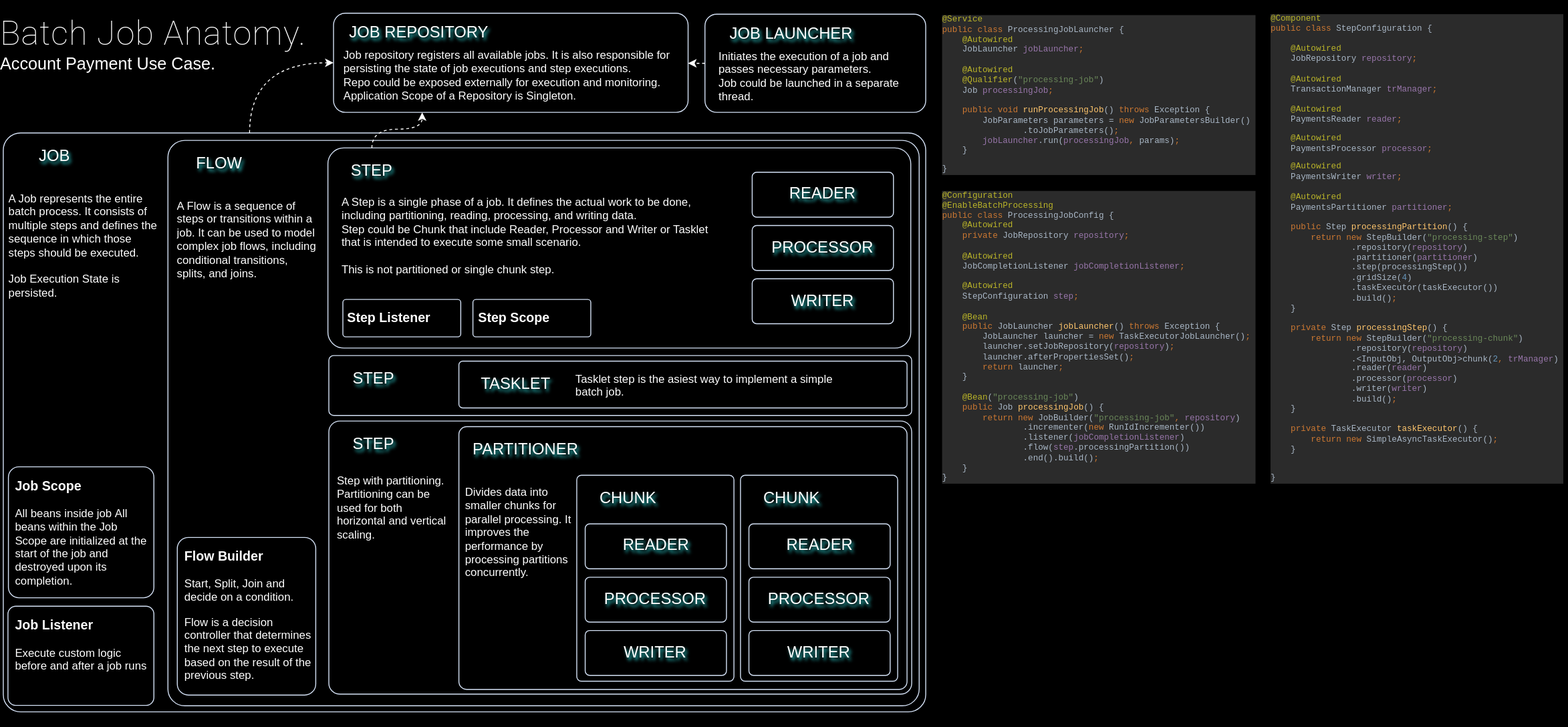
gsaukov/spring-batch-demo keeps this draw.io diagram as public/images/spring-batch-design.drawio.svg. Above is the earlier version. Source tidied: cells renumbered, new cells last; positions are measured from the earlier drawing's top-left corner, leaving out a move shared by most shapes.
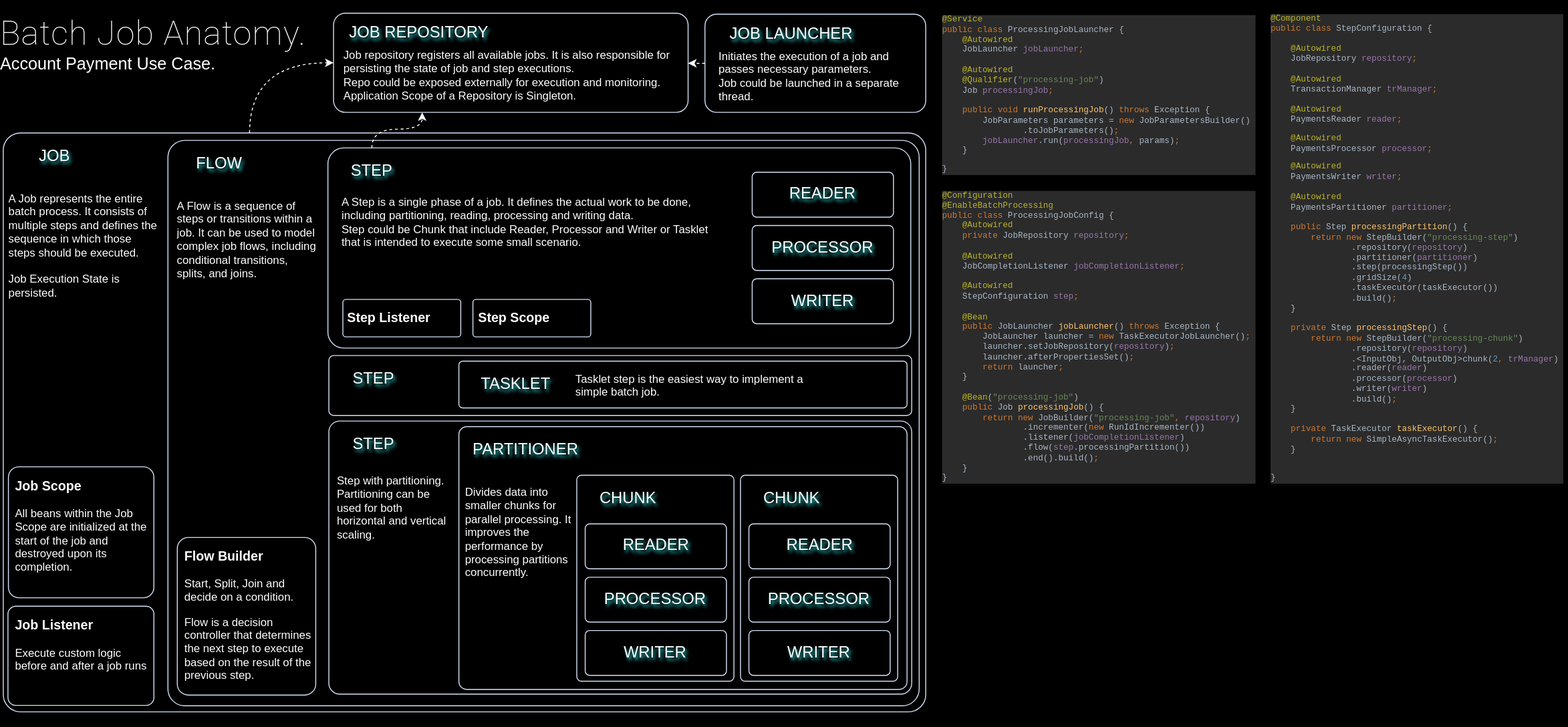
Above is the later version.

Commit message:
design illustration

Diff of the diagram source:
```diff
@@ -26,7 +26,7 @@
     <mxCell id="9" style="rounded=1;whiteSpace=wrap;html=1;shadow=0;arcSize=8;fillColor=none;glass=0;perimeterSpacing=0;labelBorderColor=none;shadowOffsetX=2;shadowOpacity=80;shadowColor=#33FFFF;strokeColor=#D4E1F5;strokeWidth=1;shadowBlur=1;" parent="1" vertex="1">
       <mxGeometry x="8.5" y="498.5" width="155.5" height="140" as="geometry" />
     </mxCell>
-    <mxCell id="10" value="&lt;h3 style=&quot;margin-top: 0px;&quot;&gt;Job Scope&lt;/h3&gt;&lt;p&gt;All beans inside job&amp;nbsp;&lt;span style=&quot;background-color: initial;&quot;&gt;All beans within the Job Scope are initialized at the start of the job and destroyed upon its completion.&lt;/span&gt;&lt;br&gt;&lt;/p&gt;" style="text;html=1;whiteSpace=wrap;overflow=hidden;rounded=0;fontColor=#FFFFFF;" parent="1" vertex="1">
+    <mxCell id="10" value="&lt;h3 style=&quot;margin-top: 0px;&quot;&gt;Job Scope&lt;/h3&gt;&lt;p&gt;&lt;span style=&quot;background-color: initial;&quot;&gt;All beans within the Job Scope are initialized at the start of the job and destroyed upon its completion.&lt;/span&gt;&lt;br&gt;&lt;/p&gt;" style="text;html=1;whiteSpace=wrap;overflow=hidden;rounded=0;fontColor=#FFFFFF;" parent="1" vertex="1">
       <mxGeometry x="14" y="503.5" width="143" height="130" as="geometry" />
     </mxCell>
     <mxCell id="11" style="rounded=1;whiteSpace=wrap;html=1;shadow=0;arcSize=8;fillColor=none;glass=0;perimeterSpacing=0;labelBorderColor=none;shadowOffsetX=2;shadowOpacity=80;shadowColor=#33FFFF;strokeColor=#D4E1F5;strokeWidth=1;shadowBlur=1;" parent="1" vertex="1">
@@ -59,7 +59,7 @@
     <mxCell id="20" value="TASKLET" style="text;html=1;strokeColor=none;fillColor=none;align=center;verticalAlign=middle;whiteSpace=wrap;rounded=0;shadow=0;sketch=0;shadowColor=#33FFFF;textShadow=1;fontColor=#FFFFFF;shadowOpacity=80;fontSize=17;" parent="15" vertex="1">
       <mxGeometry x="146.5" y="6" width="119.5" height="50" as="geometry" />
     </mxCell>
-    <mxCell id="21" value="&lt;p style=&quot;margin-top: 0px; margin-bottom: 0px;&quot;&gt;Tasklet step is the asiest way to implement a simple batch job.&lt;/p&gt;" style="text;html=1;whiteSpace=wrap;overflow=hidden;rounded=0;fontColor=#FFFFFF;spacing=0;" parent="15" vertex="1">
+    <mxCell id="21" value="&lt;p style=&quot;margin-top: 0px; margin-bottom: 0px;&quot;&gt;Tasklet step is the easiest way to implement a simple batch job.&lt;/p&gt;" style="text;html=1;whiteSpace=wrap;overflow=hidden;rounded=0;fontColor=#FFFFFF;spacing=0;" parent="15" vertex="1">
       <mxGeometry x="270.5" y="13" width="276.5" height="43" as="geometry" />
     </mxCell>
     <mxCell id="22" style="rounded=1;whiteSpace=wrap;html=1;shadow=0;arcSize=3;fillColor=none;glass=0;perimeterSpacing=0;labelBorderColor=none;shadowOffsetX=2;shadowOpacity=80;shadowColor=#33FFFF;strokeColor=#D4E1F5;strokeWidth=1;shadowBlur=1;" parent="1" vertex="1">
@@ -137,7 +137,7 @@
     <mxCell id="46" style="rounded=1;whiteSpace=wrap;html=1;shadow=0;arcSize=8;fillColor=none;glass=0;perimeterSpacing=0;labelBorderColor=none;shadowOffsetX=2;shadowOpacity=80;shadowColor=#33FFFF;strokeColor=#D4E1F5;strokeWidth=1;shadowBlur=1;" parent="1" vertex="1">
       <mxGeometry x="366" y="319.5" width="126" height="40" as="geometry" />
     </mxCell>
-    <mxCell id="47" value="&lt;p style=&quot;margin-top: 0px; margin-bottom: 0px;&quot;&gt;A Step is a single phase of a job. It defines the actual work to be done, including partitioning, reading, processing, and writing data.&lt;/p&gt;&lt;p style=&quot;margin-top: 0px; margin-bottom: 0px;&quot;&gt;&lt;span style=&quot;background-color: initial;&quot;&gt;Step could be Chunk that include Reader, Processor and Writer or Tasklet that is intended to execute some small scenario.&lt;/span&gt;&lt;br&gt;&lt;/p&gt;&lt;p style=&quot;margin-top: 0px; margin-bottom: 0px;&quot;&gt;&lt;span style=&quot;background-color: initial;&quot;&gt;&lt;br&gt;&lt;/span&gt;&lt;/p&gt;&lt;div&gt;This is not partitioned or&amp;nbsp;&lt;span style=&quot;background-color: initial;&quot;&gt;single chunk&lt;/span&gt;&lt;span style=&quot;background-color: initial;&quot;&gt;&amp;nbsp;step.&lt;/span&gt;&lt;/div&gt;" style="text;html=1;whiteSpace=wrap;overflow=hidden;rounded=0;fontColor=#FFFFFF;spacing=0;" parent="1" vertex="1">
+    <mxCell id="47" value="&lt;p style=&quot;margin-top: 0px; margin-bottom: 0px;&quot;&gt;A Step is a single phase of a job. It defines the actual work to be done, including partitioning, reading, processing and writing data.&lt;/p&gt;&lt;p style=&quot;margin-top: 0px; margin-bottom: 0px;&quot;&gt;&lt;span style=&quot;background-color: initial;&quot;&gt;Step could be Chunk that include Reader, Processor and Writer or Tasklet that is intended to execute some small scenario.&lt;/span&gt;&lt;/p&gt;" style="text;html=1;whiteSpace=wrap;overflow=hidden;rounded=0;fontColor=#FFFFFF;spacing=0;" parent="1" vertex="1">
       <mxGeometry x="365" y="203.5" width="411" height="112" as="geometry" />
     </mxCell>
     <mxCell id="48" value="STEP" style="text;html=1;strokeColor=none;fillColor=none;align=center;verticalAlign=middle;whiteSpace=wrap;rounded=0;shadow=0;sketch=0;shadowColor=#33FFFF;textShadow=1;fontColor=#FFFFFF;shadowOpacity=80;fontSize=17;" parent="1" vertex="1">
@@ -179,7 +179,7 @@
     <mxCell id="60" value="JOB REPOSITORY" style="text;html=1;strokeColor=none;fillColor=none;align=center;verticalAlign=middle;whiteSpace=wrap;rounded=0;shadow=0;sketch=0;shadowColor=#33FFFF;textShadow=1;fontColor=#FFFFFF;shadowOpacity=80;fontSize=17;" parent="1" vertex="1">
       <mxGeometry x="354" y="9.5" width="187" height="50" as="geometry" />
     </mxCell>
-    <mxCell id="61" value="&lt;p style=&quot;margin-top: 0px; margin-bottom: 0px;&quot;&gt;&lt;span style=&quot;background-color: initial;&quot;&gt;Job repository registers all available jobs. It is also responsible for persisting the state of job executions and step executions.&lt;/span&gt;&lt;br&gt;&lt;/p&gt;&lt;p style=&quot;margin-top: 0px; margin-bottom: 0px;&quot;&gt;&lt;span style=&quot;background-color: initial;&quot;&gt;Repo could be exposed externally for execution and monitoring.&amp;nbsp;&lt;/span&gt;&lt;br&gt;&lt;/p&gt;&lt;p style=&quot;margin-top: 0px; margin-bottom: 0px;&quot;&gt;&lt;span style=&quot;background-color: initial;&quot;&gt;Application Scope of a Repository is Singleton.&lt;/span&gt;&lt;br&gt;&lt;/p&gt;" style="text;html=1;whiteSpace=wrap;overflow=hidden;rounded=0;fontColor=#FFFFFF;spacing=0;" parent="1" vertex="1">
+    <mxCell id="61" value="&lt;p style=&quot;margin-top: 0px; margin-bottom: 0px;&quot;&gt;&lt;span style=&quot;background-color: initial;&quot;&gt;Job repository registers all available jobs. It is also responsible for persisting the state of job and step executions.&lt;/span&gt;&lt;br&gt;&lt;/p&gt;&lt;p style=&quot;margin-top: 0px; margin-bottom: 0px;&quot;&gt;&lt;span style=&quot;background-color: initial;&quot;&gt;Repo could be exposed externally for execution and monitoring.&amp;nbsp;&lt;/span&gt;&lt;br&gt;&lt;/p&gt;&lt;p style=&quot;margin-top: 0px; margin-bottom: 0px;&quot;&gt;&lt;span style=&quot;background-color: initial;&quot;&gt;Application Scope of a Repository is Singleton.&lt;/span&gt;&lt;br&gt;&lt;/p&gt;" style="text;html=1;whiteSpace=wrap;overflow=hidden;rounded=0;fontColor=#FFFFFF;spacing=0;" parent="1" vertex="1">
       <mxGeometry x="367" y="46.5" width="361" height="65" as="geometry" />
     </mxCell>
     <mxCell id="62" style="rounded=1;whiteSpace=wrap;html=1;shadow=0;arcSize=12;fillColor=none;glass=0;perimeterSpacing=0;labelBorderColor=none;shadowOffsetX=2;shadowOpacity=80;shadowColor=#33FFFF;strokeColor=#D4E1F5;strokeWidth=1;shadowBlur=1;shadowOffsetY=2;" parent="1" vertex="1">
```
